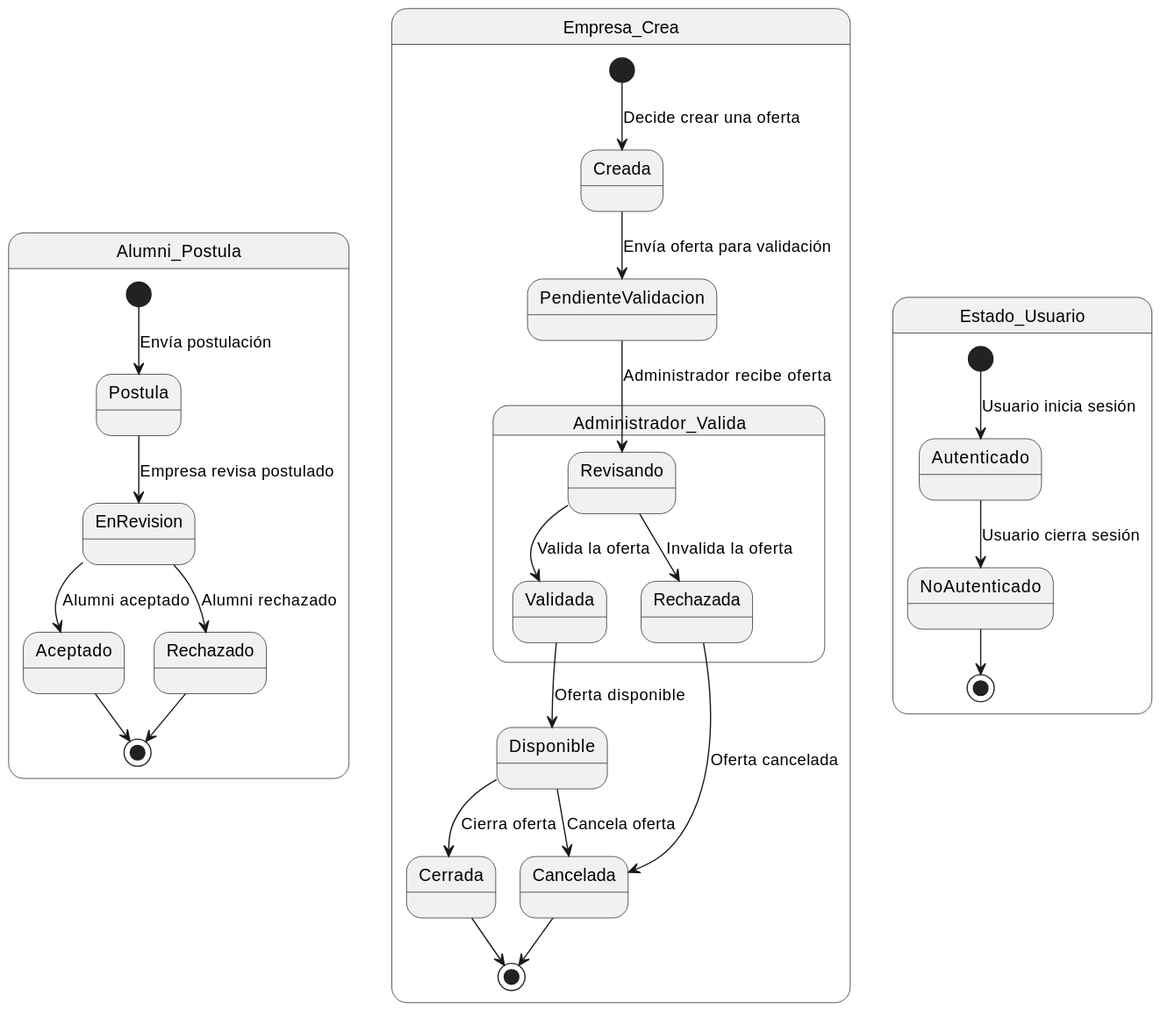
Earlier version of the PlantUML export modelosUML/ModeloDominio/svg/diagramaEstados.svg (mmasias/24-25-IdSw1-SDR). Its diagram source:
```plantuml
@startuml
state Alumni_Postula {
    [*] --> Postula : Envía postulación
    Postula --> EnRevision : Empresa revisa postulado
    EnRevision --> Aceptado : Alumni aceptado
    EnRevision --> Rechazado : Alumni rechazado
    Aceptado --> [*]
    Rechazado --> [*]
}

state Empresa_Crea {
    [*] --> Creada : Decide crear una oferta
    Creada --> PendienteValidacion : Envía oferta para validación

    state Administrador_Valida {
        PendienteValidacion --> Revisando : Administrador recibe oferta
        Revisando --> Validada : Valida la oferta
        Revisando --> Rechazada : Invalida la oferta
    }

    Validada --> Disponible : Oferta disponible
    Rechazada --> Cancelada : Oferta cancelada
    Disponible --> Cerrada : Cierra oferta
    Disponible --> Cancelada : Cancela oferta
    Cerrada --> [*]
    Cancelada --> [*]
}

state Estado_Usuario {
    [*] --> Autenticado : Usuario inicia sesión
    Autenticado --> NoAutenticado : Usuario cierra sesión
    NoAutenticado --> [*]
}
@enduml
```
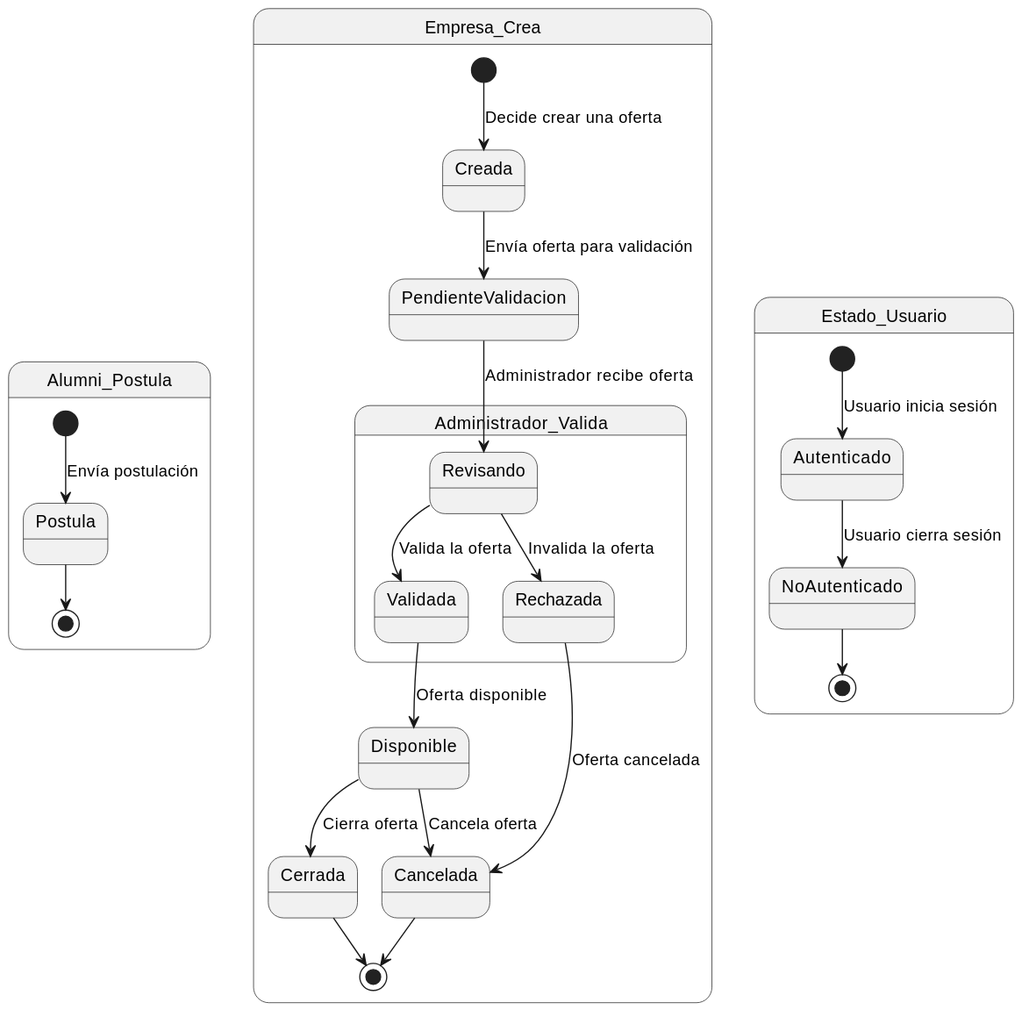
Above is the later version.

Commit message:
Diagrama Estados omitir Revision - Fix #54

The edit, as a diff of the source:
```diff
@@ -1,11 +1,7 @@
 @startuml
 state Alumni_Postula {
     [*] --> Postula : Envía postulación
-    Postula --> EnRevision : Empresa revisa postulado
-    EnRevision --> Aceptado : Alumni aceptado
-    EnRevision --> Rechazado : Alumni rechazado
-    Aceptado --> [*]
-    Rechazado --> [*]
+    Postula --> [*]
 }
 
 state Empresa_Crea {
```
